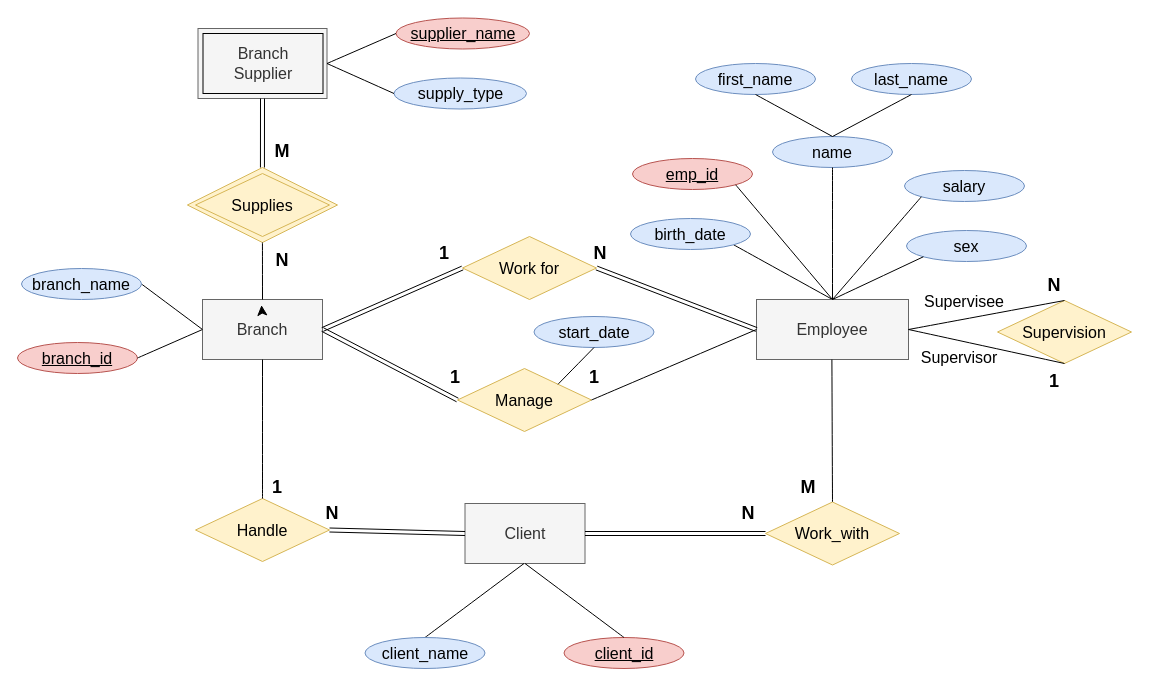
GNV8HC/Exercise keeps this draw.io diagram as Company.drawio. Above is the earlier version. Source tidied: cells renumbered, new cells numbered last; positions are measured from the earlier drawing's top-left corner, leaving out a move shared by most shapes. Both pictures are drawn from the tidied source at 100%, with x=0, y=0 at pixel (17, 18).
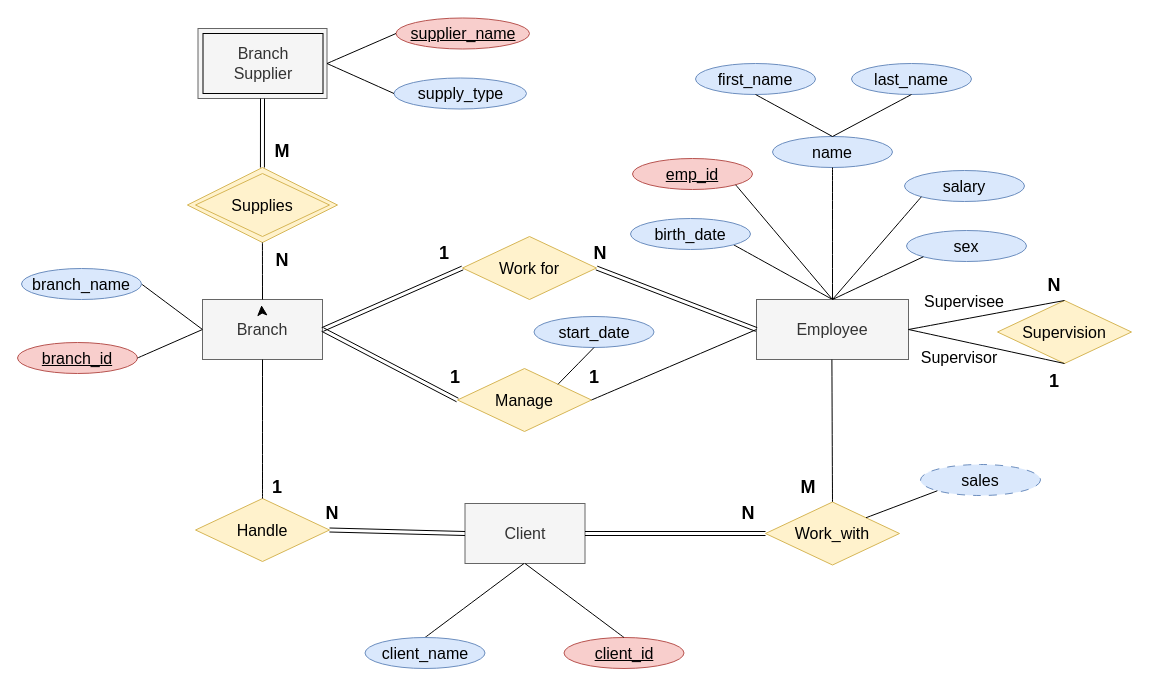
The same diagram, later.

Unchanged cells that the change refers to:
```xml
<mxCell id="41" value="Work_with" style="rhombus;whiteSpace=wrap;html=1;fontSize=16;fillColor=#fff2cc;strokeColor=#d6b656;" parent="1" vertex="1">
  <mxGeometry x="748" y="483.5" width="134" height="63" as="geometry" />
</mxCell>
```

What changed in the source:
```diff
@@
+    <mxCell id="70" value="sales" style="ellipse;whiteSpace=wrap;html=1;fontSize=16;fillColor=#dae8fc;strokeColor=#6c8ebf;dashed=1;dashPattern=8 8;" parent="1" vertex="1">
+      <mxGeometry x="903" y="446" width="120" height="31" as="geometry" />
+    </mxCell>
+    <mxCell id="71" style="endArrow=none;html=1;rounded=0;fontSize=12;startSize=8;endSize=8;curved=1;entryX=0;entryY=1;entryDx=0;entryDy=0;exitX=1;exitY=0;exitDx=0;exitDy=0;" parent="1" edge="1" source="41" target="70">
+      <mxGeometry relative="1" as="geometry" />
+    </mxCell>
```
